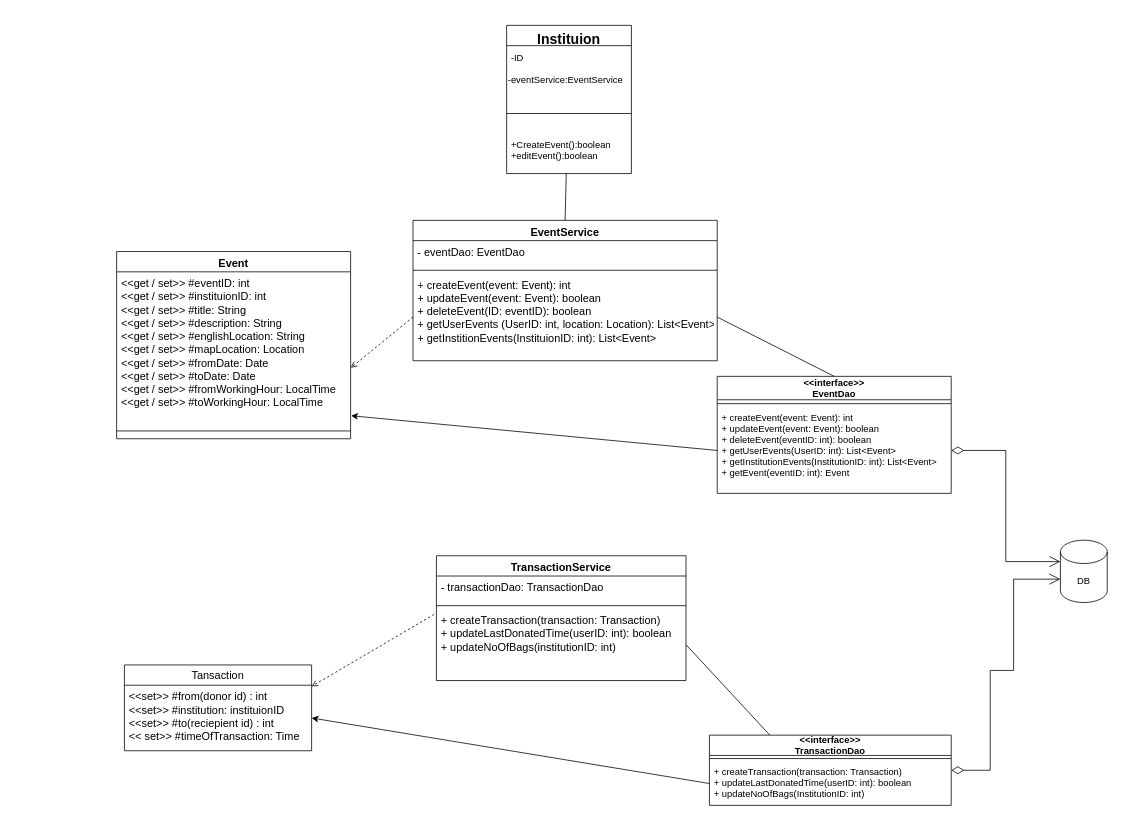
Before: page "Page-1" (1 of 4) of InstitutionManagement.drawio in muhmagdy/Bloodify, a draw.io diagram. Source tidied: cells renumbered, new cells numbered last; positions are measured from the earlier drawing's top-left corner, leaving out a move shared by most shapes. Both pictures are drawn from the tidied source at 78%, with x=0, y=0 at pixel (116, 25).
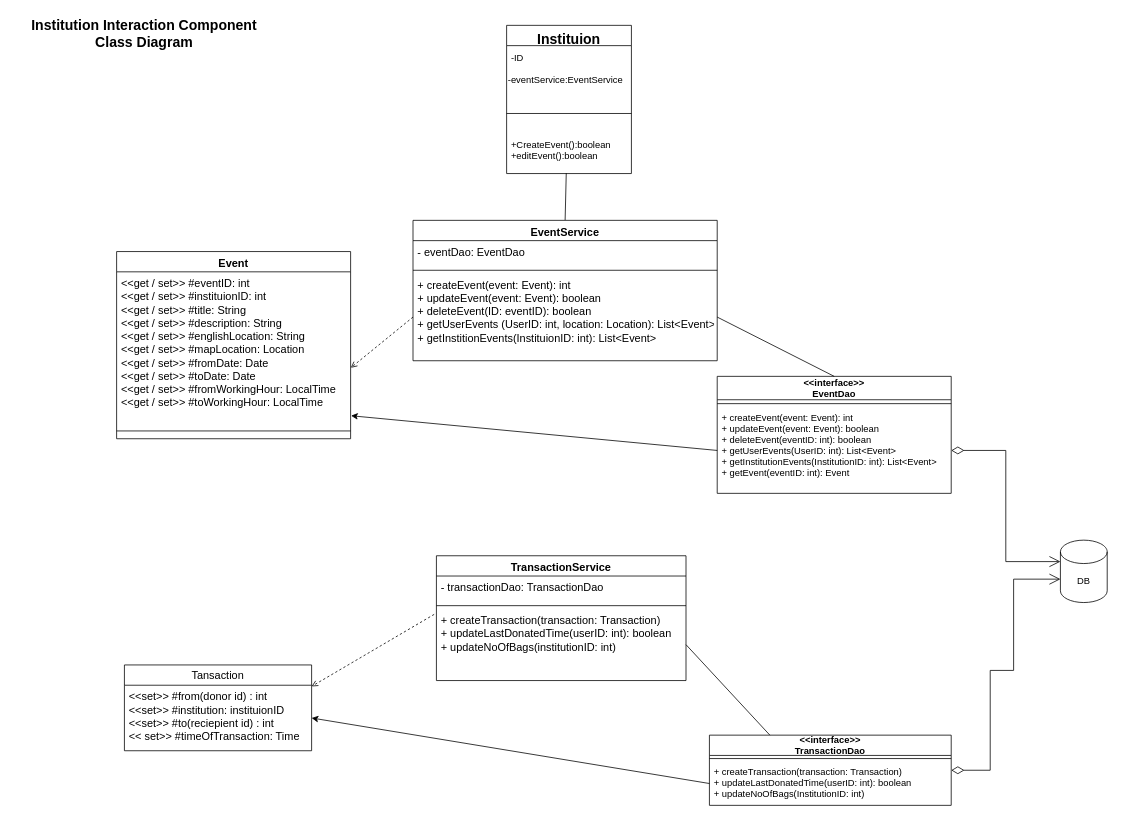
The same page after the edit.

The edit, as a diff of the source:
```diff
@@
+    <mxCell id="36" value="Institution Interaction Component &lt;br style=&quot;font-size: 18px;&quot;&gt;Class Diagram" style="text;html=1;strokeColor=none;fillColor=none;align=center;verticalAlign=middle;whiteSpace=wrap;rounded=0;fontStyle=1;fontSize=18;" parent="1" vertex="1">
+      <mxGeometry x="-132" y="-15" width="335" height="52" as="geometry" />
+    </mxCell>
```
